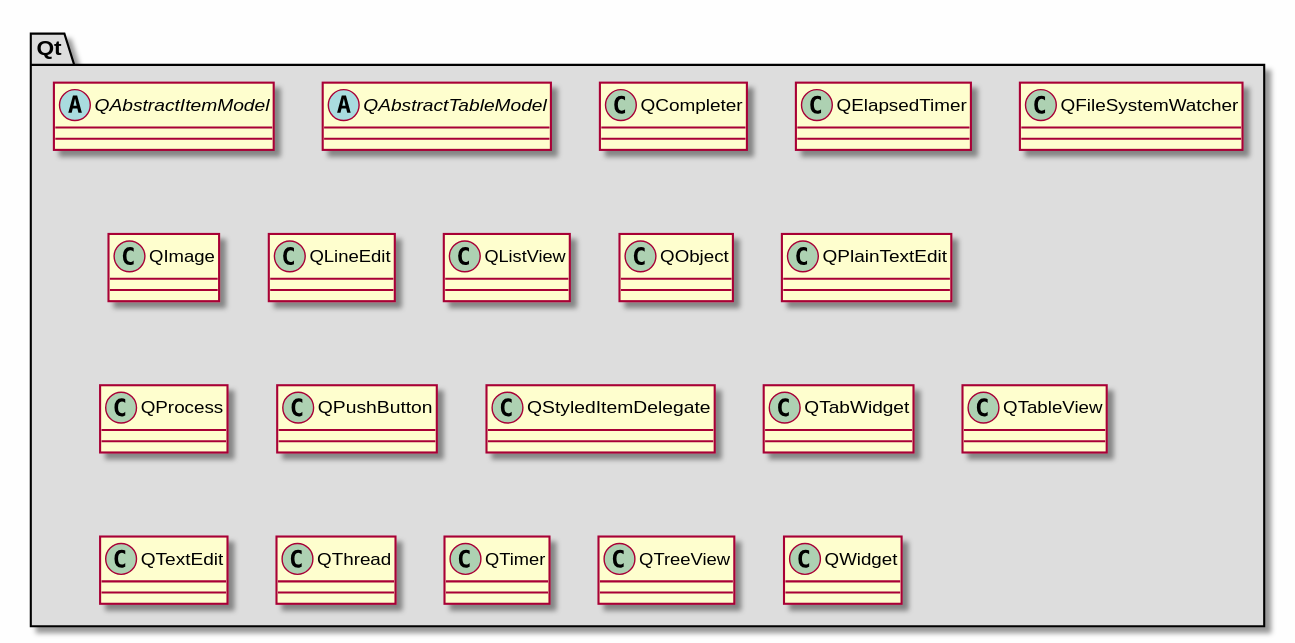
Earlier version of the PlantUML export md/dev_docs/puml/Qt_standalone.svg (svlad-90/DLT-Message-Analyzer).
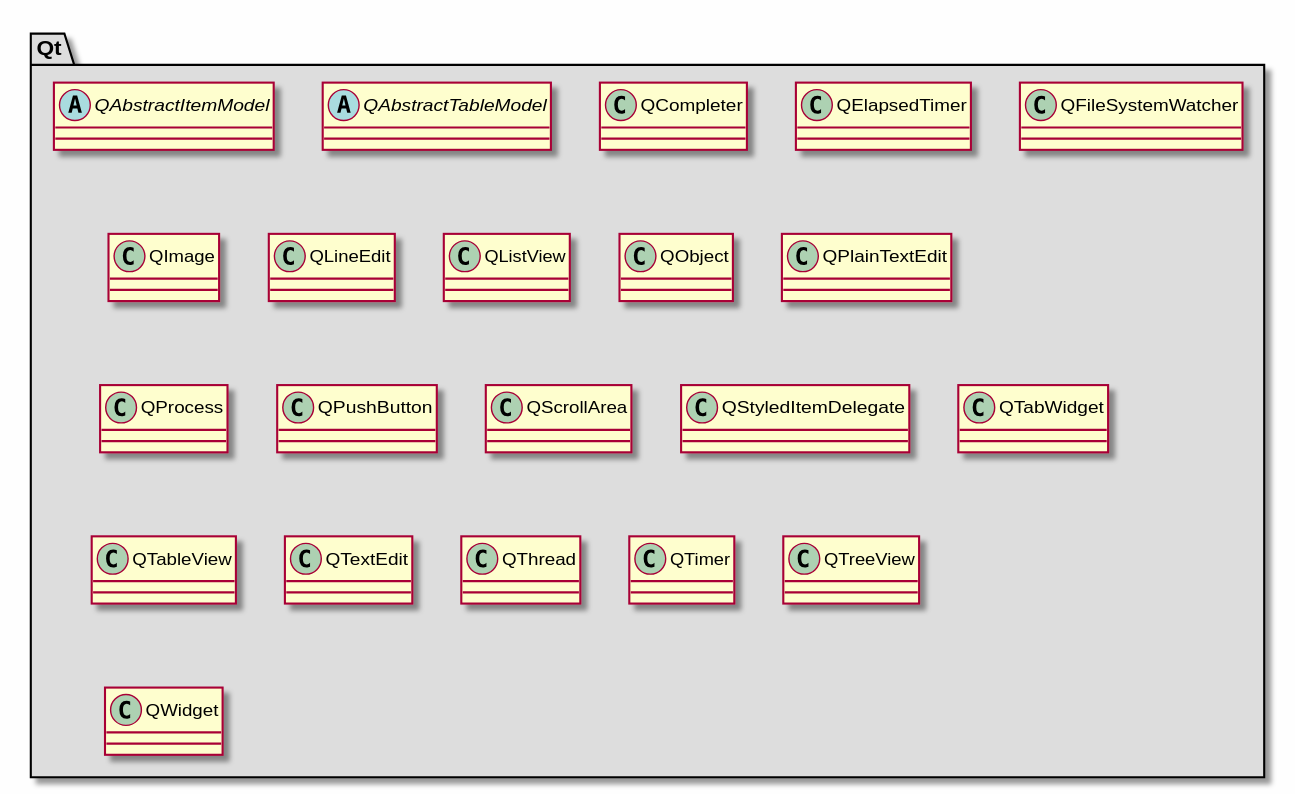
After the change.

The edit, as a diff of the source:
```diff
@@ -53,6 +53,10 @@
 {
 }
 
+class "QScrollArea"
+{
+}
+
 class "QStyledItemDelegate"
 {
 }
```
